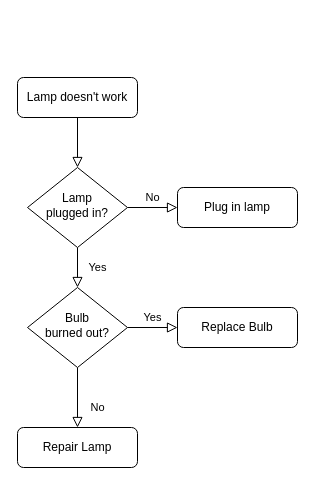
Earlier version of the draw.io diagram Untitled Diagram.drawio (kulkak2/generic). Source tidied: cells renumbered, new cells numbered last; positions are measured from the earlier drawing's top-left corner, leaving out a move shared by most shapes. Both pictures are drawn from the tidied source at 100%, with x=0, y=0 at pixel (17, 77).
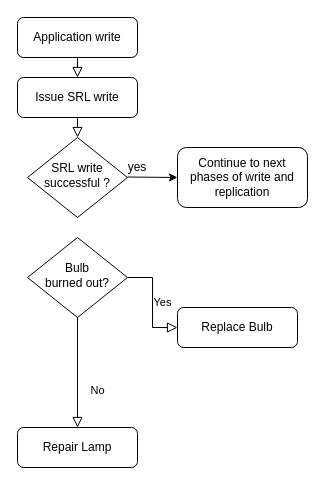
Above is the later version.

Commit message:
current_flow

Diff of the diagram source:
```diff
@@
 <mxGraphModel>
   <root>
     <mxCell id="0" />
     <mxCell id="1" parent="0" />
     <mxCell id="2" style="rounded=0;html=1;jettySize=auto;fontSize=11;endArrow=block;endFill=0;endSize=8;strokeWidth=1;shadow=0;labelBackgroundColor=none;edgeStyle=orthogonalEdgeStyle;" parent="1" edge="1" source="3" target="6">
-      <mxGeometry relative="1" as="geometry" />
+      <mxGeometry relative="1" as="geometry">
+        <Array as="points">
+          <mxPoint x="60" y="60" />
+          <mxPoint x="60" y="60" />
+        </Array>
+      </mxGeometry>
     </mxCell>
-    <mxCell id="3" value="Lamp doesn't work" style="rounded=1;whiteSpace=wrap;html=1;fontSize=12;glass=0;strokeWidth=1;shadow=0;" parent="1" vertex="1">
+    <mxCell id="3" value="Issue SRL write" style="rounded=1;whiteSpace=wrap;html=1;fontSize=12;glass=0;strokeWidth=1;shadow=0;" parent="1" vertex="1">
       <mxGeometry width="120" height="40" as="geometry" />
     </mxCell>
-    <mxCell id="4" value="Yes" style="rounded=0;html=1;jettySize=auto;fontSize=11;endArrow=block;endFill=0;endSize=8;strokeWidth=1;shadow=0;labelBackgroundColor=none;edgeStyle=orthogonalEdgeStyle;" parent="1" edge="1" source="6" target="10">
-      <mxGeometry y="20" relative="1" as="geometry" />
-    </mxCell>
-    <mxCell id="5" value="No" style="edgeStyle=orthogonalEdgeStyle;rounded=0;html=1;jettySize=auto;fontSize=11;endArrow=block;endFill=0;endSize=8;strokeWidth=1;shadow=0;labelBackgroundColor=none;" parent="1" edge="1" source="6" target="7">
-      <mxGeometry y="10" relative="1" as="geometry" />
-    </mxCell>
-    <mxCell id="6" value="Lamp&lt;br&gt;plugged in?" style="rhombus;whiteSpace=wrap;html=1;shadow=0;fontFamily=Helvetica;fontSize=12;align=center;strokeWidth=1;spacing=6;spacingTop=-4;" parent="1" vertex="1">
-      <mxGeometry x="10" y="90" width="100" height="80" as="geometry" />
+    <mxCell id="6" value="SRL write successful ?" style="rhombus;whiteSpace=wrap;html=1;shadow=0;fontFamily=Helvetica;fontSize=12;align=center;strokeWidth=1;spacing=6;spacingTop=-4;" parent="1" vertex="1">
+      <mxGeometry x="10" y="60" width="100" height="80" as="geometry" />
     </mxCell>
-    <mxCell id="7" value="Plug in lamp" style="rounded=1;whiteSpace=wrap;html=1;fontSize=12;glass=0;strokeWidth=1;shadow=0;" parent="1" vertex="1">
-      <mxGeometry x="160" y="110" width="120" height="40" as="geometry" />
+    <mxCell id="7" value="Continue to next phases of write and replication" style="rounded=1;whiteSpace=wrap;html=1;fontSize=12;glass=0;strokeWidth=1;shadow=0;" parent="1" vertex="1">
+      <mxGeometry x="160" y="70" width="130" height="60" as="geometry" />
     </mxCell>
     <mxCell id="8" value="No" style="rounded=0;html=1;jettySize=auto;fontSize=11;endArrow=block;endFill=0;endSize=8;strokeWidth=1;shadow=0;labelBackgroundColor=none;edgeStyle=orthogonalEdgeStyle;" parent="1" edge="1" source="10" target="11">
       <mxGeometry x="0.33" y="20" relative="1" as="geometry" />
     </mxCell>
     <mxCell id="9" value="Yes" style="edgeStyle=orthogonalEdgeStyle;rounded=0;html=1;jettySize=auto;fontSize=11;endArrow=block;endFill=0;endSize=8;strokeWidth=1;shadow=0;labelBackgroundColor=none;" parent="1" edge="1" source="10" target="12">
       <mxGeometry y="10" relative="1" as="geometry" />
     </mxCell>
     <mxCell id="10" value="Bulb&lt;br&gt;burned out?" style="rhombus;whiteSpace=wrap;html=1;shadow=0;fontFamily=Helvetica;fontSize=12;align=center;strokeWidth=1;spacing=6;spacingTop=-4;" parent="1" vertex="1">
-      <mxGeometry x="10" y="210" width="100" height="80" as="geometry" />
+      <mxGeometry x="10" y="160" width="100" height="80" as="geometry" />
     </mxCell>
     <mxCell id="11" value="Repair Lamp" style="rounded=1;whiteSpace=wrap;html=1;fontSize=12;glass=0;strokeWidth=1;shadow=0;" parent="1" vertex="1">
       <mxGeometry y="350" width="120" height="40" as="geometry" />
     </mxCell>
     <mxCell id="12" value="Replace Bulb" style="rounded=1;whiteSpace=wrap;html=1;fontSize=12;glass=0;strokeWidth=1;shadow=0;" parent="1" vertex="1">
       <mxGeometry x="160" y="230" width="120" height="40" as="geometry" />
     </mxCell>
+    <mxCell id="13" value="Application write" style="rounded=1;whiteSpace=wrap;html=1;fontSize=12;glass=0;strokeWidth=1;shadow=0;" parent="1" vertex="1">
+      <mxGeometry y="-60" width="120" height="40" as="geometry" />
+    </mxCell>
+    <mxCell id="14" style="rounded=0;html=1;jettySize=auto;fontSize=11;endArrow=block;endFill=0;endSize=8;strokeWidth=1;shadow=0;labelBackgroundColor=none;edgeStyle=orthogonalEdgeStyle;exitX=0.5;exitY=1;exitDx=0;exitDy=0;" parent="1" edge="1" source="13">
+      <mxGeometry relative="1" as="geometry">
+        <mxPoint x="60" as="targetPoint" />
+      </mxGeometry>
+    </mxCell>
+    <mxCell id="15" style="endArrow=classic;html=1;rounded=0;" parent="1" edge="1">
+      <mxGeometry relative="1" as="geometry">
+        <mxPoint x="110" y="99.5" as="sourcePoint" />
+        <mxPoint x="160" y="100" as="targetPoint" />
+      </mxGeometry>
+    </mxCell>
+    <mxCell id="16" value="yes" style="text;strokeColor=none;align=center;fillColor=none;html=1;verticalAlign=middle;whiteSpace=wrap;rounded=0;" parent="1" vertex="1">
+      <mxGeometry x="90" y="80" width="60" height="20" as="geometry" />
+    </mxCell>
   </root>
 </mxGraphModel>
```
